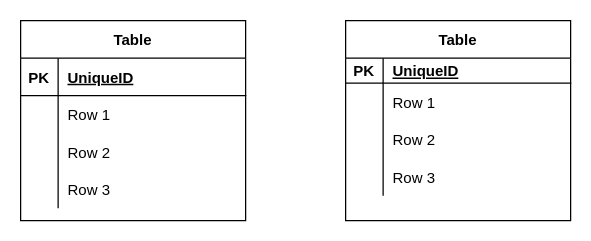
The draw.io diagram furima-35707.dio in fujiwarayuuki0211/furima-35707, before the edit. Source tidied: cells renumbered, new cells numbered last; positions are measured from the earlier drawing's top-left corner, leaving out a move shared by most shapes. Both pictures are drawn from the tidied source at 125%, with x=0, y=0 at pixel (20, 20).
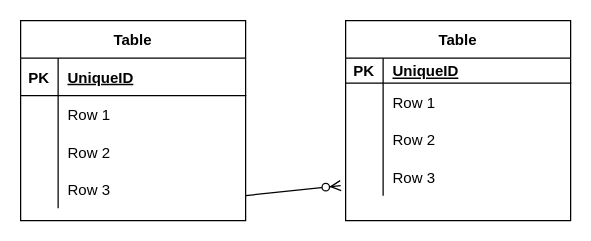
The same page after the edit.

Unchanged cells that the change refers to:
```xml
<mxCell id="25" style="shape=partialRectangle;fillColor=none;top=0;left=0;bottom=0;right=0;points=[[0,0.5],[1,0.5]];portConstraint=eastwest;" parent="15" vertex="1">
  <mxGeometry y="110" width="180" height="30" as="geometry" />
</mxCell>
```

Change to the diagram source:
```diff
@@
+    <mxCell id="28" style="fontSize=12;html=1;endArrow=ERzeroToMany;endFill=1;entryX=-0.022;entryY=0.733;entryDx=0;entryDy=0;entryPerimeter=0;" parent="1" edge="1" target="25">
+      <mxGeometry relative="1" as="geometry">
+        <mxPoint x="180" y="140" as="sourcePoint" />
+      </mxGeometry>
+    </mxCell>
```
